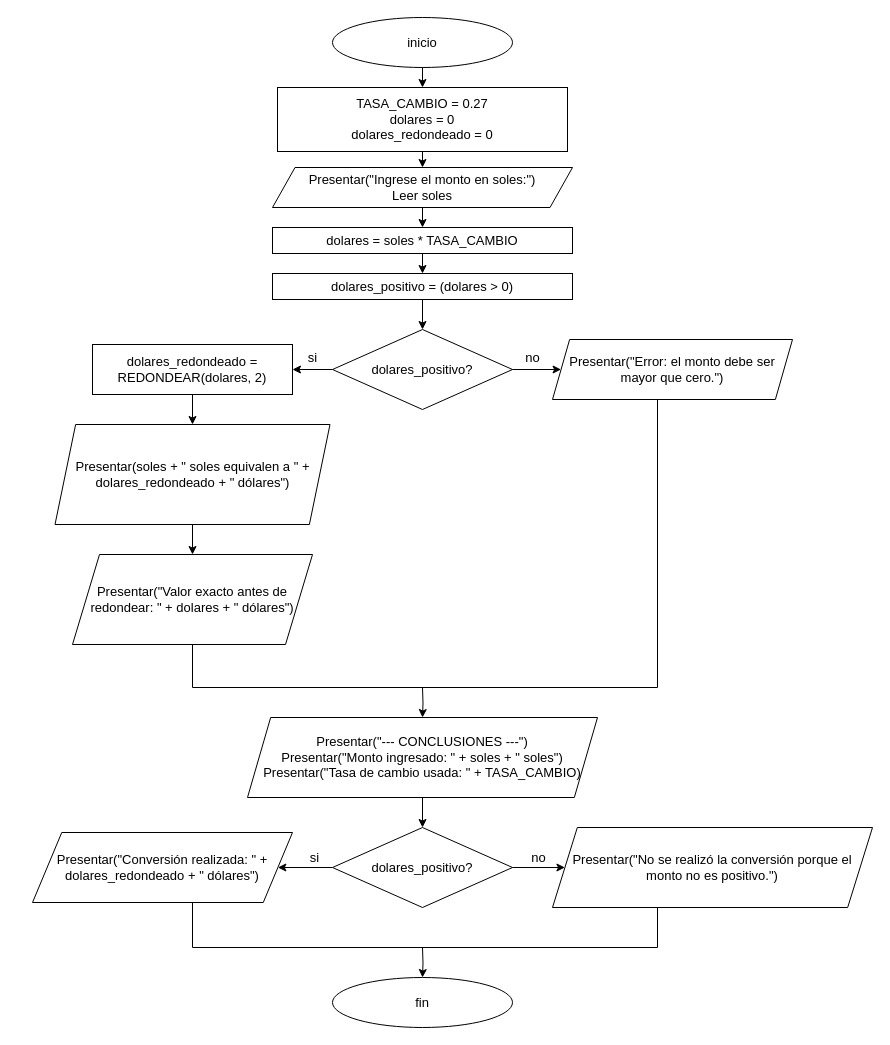
Earlier version of the draw.io diagram draw.io/ej503.drawio (Damian-leon/primero2026-2027). Source tidied: cells renumbered, new cells numbered last; positions are measured from the earlier drawing's top-left corner, leaving out a move shared by most shapes. Both pictures are drawn from the tidied source at 100%, with x=0, y=0 at pixel (32, 17).
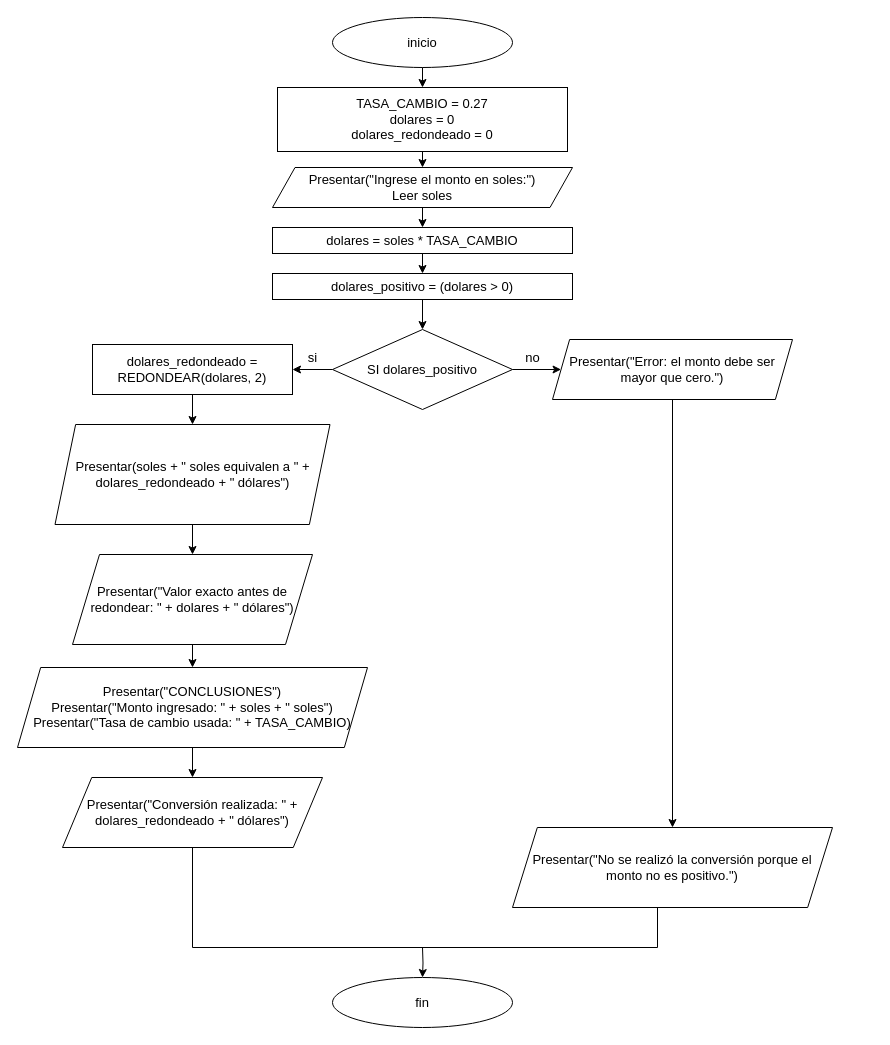
Above is the later version.

The change refers to these unchanged cells:
```xml
<mxCell id="10" value="Presentar(&quot;Valor exacto antes de redondear: &quot; + dolares + &quot; dólares&quot;)" style="shape=parallelogram;perimeter=parallelogramPerimeter;fillColor=none;html=1;whiteSpace=wrap;fontSize=13;size=0.11249999999999999;" parent="1" vertex="1">
  <mxGeometry x="40" y="537" width="240" height="90" as="geometry" />
</mxCell>
<mxCell id="11" value="Presentar(&quot;Error: el monto debe ser mayor que cero.&quot;)" style="shape=parallelogram;perimeter=parallelogramPerimeter;fillColor=none;html=1;whiteSpace=wrap;fontSize=13;size=0.07142857142857142;" parent="1" vertex="1">
  <mxGeometry x="520" y="322" width="240" height="60" as="geometry" />
</mxCell>
```

Change to the diagram source:
```diff
@@
-    <mxCell id="7" value="dolares_positivo?" style="rhombus;fillColor=none;html=1;whiteSpace=wrap;fontSize=13;" parent="1" vertex="1">
+    <mxCell id="7" value="SI dolares_positivo" style="rhombus;fillColor=none;html=1;whiteSpace=wrap;fontSize=13;" parent="1" vertex="1">
       <mxGeometry x="300" y="312" width="180" height="80" as="geometry" />
     </mxCell>
@@
+    <mxCell id="35" style="edgeStyle=orthogonalEdgeStyle;rounded=0;jettySize=auto;html=1;defaultLabelBackgroundColor=page;" parent="1" edge="1" source="10" target="12">
+      <mxGeometry relative="1" as="geometry" />
+    </mxCell>
@@
+    <mxCell id="36" style="edgeStyle=orthogonalEdgeStyle;rounded=0;jettySize=auto;html=1;entryX=0.5;entryY=0;entryDx=0;entryDy=0;defaultLabelBackgroundColor=page;" parent="1" edge="1" source="11" target="15">
+      <mxGeometry relative="1" as="geometry" />
+    </mxCell>
@@
+    <mxCell id="37" style="edgeStyle=orthogonalEdgeStyle;rounded=0;jettySize=auto;html=1;defaultLabelBackgroundColor=page;" parent="1" edge="1" source="12" target="14">
+      <mxGeometry relative="1" as="geometry" />
+    </mxCell>
-    <mxCell id="12" value="Presentar(&quot;--- CONCLUSIONES ---&quot;)&lt;br&gt;Presentar(&quot;Monto ingresado: &quot; + soles + &quot; soles&quot;)&lt;br&gt;Presentar(&quot;Tasa de cambio usada: &quot; + TASA_CAMBIO)" style="shape=parallelogram;perimeter=parallelogramPerimeter;fillColor=none;html=1;whiteSpace=wrap;fontSize=13;size=0.0661764705882353;" parent="1" vertex="1">
-      <mxGeometry x="215" y="700" width="350" height="80" as="geometry" />
+    <mxCell id="12" value="Presentar(&quot;CONCLUSIONES&quot;)&lt;br&gt;Presentar(&quot;Monto ingresado: &quot; + soles + &quot; soles&quot;)&lt;br&gt;Presentar(&quot;Tasa de cambio usada: &quot; + TASA_CAMBIO)" style="shape=parallelogram;perimeter=parallelogramPerimeter;fillColor=none;html=1;whiteSpace=wrap;fontSize=13;size=0.0661764705882353;" parent="1" vertex="1">
+      <mxGeometry x="-15" y="650" width="350" height="80" as="geometry" />
     </mxCell>
-    <mxCell id="13" value="dolares_positivo?" style="rhombus;fillColor=none;html=1;whiteSpace=wrap;fontSize=13;" parent="1" vertex="1">
-      <mxGeometry x="300" y="810" width="180" height="80" as="geometry" />
-    </mxCell>
     <mxCell id="14" value="Presentar(&quot;Conversión realizada: &quot; + dolares_redondeado + &quot; dólares&quot;)" style="shape=parallelogram;perimeter=parallelogramPerimeter;fillColor=none;html=1;whiteSpace=wrap;fontSize=13;size=0.11249999999999999;" parent="1" vertex="1">
-      <mxGeometry y="815" width="260" height="70" as="geometry" />
+      <mxGeometry x="30" y="760" width="260" height="70" as="geometry" />
     </mxCell>
     <mxCell id="15" value="Presentar(&quot;No se realizó la conversión porque el monto no es positivo.&quot;)" style="shape=parallelogram;perimeter=parallelogramPerimeter;fillColor=none;html=1;whiteSpace=wrap;fontSize=13;size=0.07758620689655173;" parent="1" vertex="1">
-      <mxGeometry x="520" y="810" width="320" height="80" as="geometry" />
+      <mxGeometry x="480" y="810" width="320" height="80" as="geometry" />
     </mxCell>
@@
-    <mxCell id="24" style="edgeStyle=orthogonalEdgeStyle;rounded=0;html=1;" parent="1" edge="1" target="12">
-      <mxGeometry relative="1" as="geometry">
-        <mxPoint x="390" y="670" as="sourcePoint" />
-      </mxGeometry>
-    </mxCell>
-    <mxCell id="25" style="edgeStyle=orthogonalEdgeStyle;rounded=0;html=1;" parent="1" edge="1" source="12" target="13">
-      <mxGeometry relative="1" as="geometry" />
-    </mxCell>
@@
-    <mxCell id="29" style="edgeStyle=orthogonalEdgeStyle;rounded=0;html=1;exitX=0.5;exitY=1;entryX=0;entryY=0.5;endArrow=none;" parent="1" edge="1" source="10">
-      <mxGeometry relative="1" as="geometry">
-        <mxPoint x="385" y="670" as="targetPoint" />
-        <Array as="points">
-          <mxPoint x="160" y="670" />
-        </Array>
-      </mxGeometry>
-    </mxCell>
-    <mxCell id="30" style="edgeStyle=orthogonalEdgeStyle;rounded=0;html=1;exitX=0.5;exitY=1;endArrow=none;" parent="1" edge="1" source="11">
-      <mxGeometry x="-0.03" relative="1" as="geometry">
-        <mxPoint x="380" y="670" as="targetPoint" />
-        <Array as="points">
-          <mxPoint x="625" y="670" />
-        </Array>
-      </mxGeometry>
-    </mxCell>
-    <mxCell id="31" value="si" style="edgeStyle=orthogonalEdgeStyle;rounded=0;html=1;exitX=0;exitY=0.5;entryX=1;entryY=0.5;fontSize=13;labelBackgroundColor=default;" parent="1" edge="1" source="13" target="14">
-      <mxGeometry x="-0.33" y="-10" relative="1" as="geometry" />
-    </mxCell>
-    <mxCell id="32" value="no" style="edgeStyle=orthogonalEdgeStyle;rounded=0;html=1;exitX=1;exitY=0.5;entryX=0;entryY=0.5;fontSize=13;labelBackgroundColor=default;" parent="1" edge="1" source="13" target="15">
-      <mxGeometry x="-0.02" y="10" relative="1" as="geometry" />
-    </mxCell>
```
